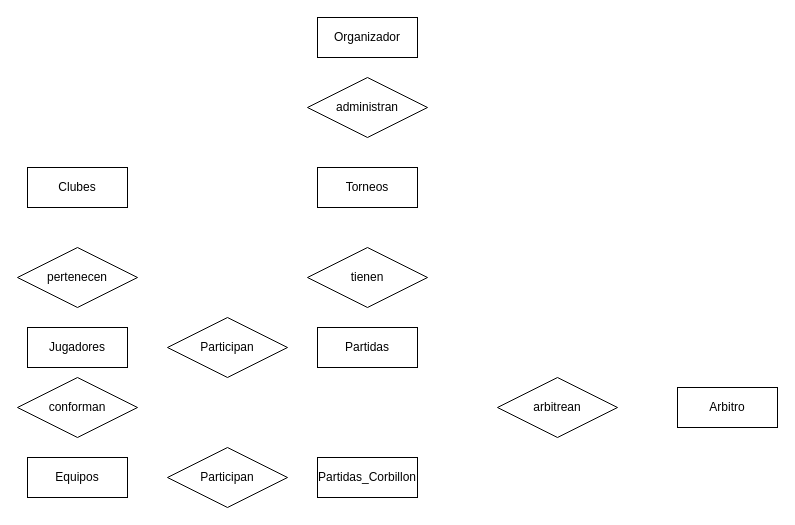
Earlier version of the draw.io diagram Pingpong.drawio (sologia/draw.io). Source tidied: cells renumbered, new cells numbered last; positions are measured from the earlier drawing's top-left corner, leaving out a move shared by most shapes. Both pictures are drawn from the tidied source at 100%, with x=0, y=0 at pixel (17, 17).
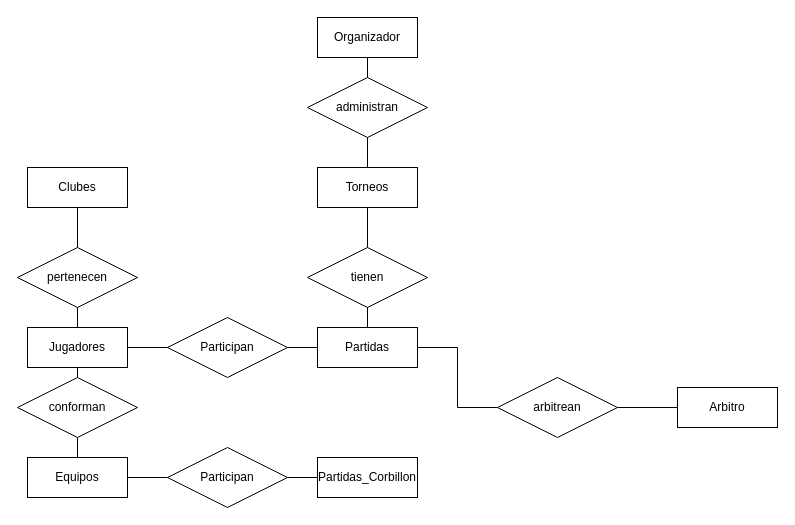
The same diagram, later.

Unchanged cells that the change refers to:
```xml
<mxCell id="2" value="Jugadores" style="whiteSpace=wrap;html=1;align=center;" parent="1" vertex="1">
  <mxGeometry x="10" y="310" width="100" height="40" as="geometry" />
</mxCell>
<mxCell id="3" value="Clubes" style="whiteSpace=wrap;html=1;align=center;" parent="1" vertex="1">
  <mxGeometry x="10" y="150" width="100" height="40" as="geometry" />
</mxCell>
<mxCell id="4" value="Torneos" style="whiteSpace=wrap;html=1;align=center;" parent="1" vertex="1">
  <mxGeometry x="300" y="150" width="100" height="40" as="geometry" />
</mxCell>
<mxCell id="5" value="Equipos" style="whiteSpace=wrap;html=1;align=center;" parent="1" vertex="1">
  <mxGeometry x="10" y="440" width="100" height="40" as="geometry" />
</mxCell>
<mxCell id="6" value="Participan" style="shape=rhombus;perimeter=rhombusPerimeter;whiteSpace=wrap;html=1;align=center;" parent="1" vertex="1">
  <mxGeometry x="150" y="300" width="120" height="60" as="geometry" />
</mxCell>
<mxCell id="7" value="pertenecen" style="shape=rhombus;perimeter=rhombusPerimeter;whiteSpace=wrap;html=1;align=center;" parent="1" vertex="1">
  <mxGeometry y="230" width="120" height="60" as="geometry" />
</mxCell>
<mxCell id="8" value="conforman" style="shape=rhombus;perimeter=rhombusPerimeter;whiteSpace=wrap;html=1;align=center;" parent="1" vertex="1">
  <mxGeometry y="360" width="120" height="60" as="geometry" />
</mxCell>
<mxCell id="9" value="Partidas_Corbillon" style="whiteSpace=wrap;html=1;align=center;" parent="1" vertex="1">
  <mxGeometry x="300" y="440" width="100" height="40" as="geometry" />
</mxCell>
<mxCell id="10" value="tienen" style="shape=rhombus;perimeter=rhombusPerimeter;whiteSpace=wrap;html=1;align=center;" parent="1" vertex="1">
  <mxGeometry x="290" y="230" width="120" height="60" as="geometry" />
</mxCell>
<mxCell id="11" value="Arbitro" style="whiteSpace=wrap;html=1;align=center;" parent="1" vertex="1">
  <mxGeometry x="660" y="370" width="100" height="40" as="geometry" />
</mxCell>
<mxCell id="12" value="arbitrean" style="shape=rhombus;perimeter=rhombusPerimeter;whiteSpace=wrap;html=1;align=center;" parent="1" vertex="1">
  <mxGeometry x="480" y="360" width="120" height="60" as="geometry" />
</mxCell>
<mxCell id="13" value="administran" style="shape=rhombus;perimeter=rhombusPerimeter;whiteSpace=wrap;html=1;align=center;" parent="1" vertex="1">
  <mxGeometry x="290" y="60" width="120" height="60" as="geometry" />
</mxCell>
<mxCell id="14" value="Organizador" style="whiteSpace=wrap;html=1;align=center;" parent="1" vertex="1">
  <mxGeometry x="300" width="100" height="40" as="geometry" />
</mxCell>
<mxCell id="15" value="Partidas" style="whiteSpace=wrap;html=1;align=center;" parent="1" vertex="1">
  <mxGeometry x="300" y="310" width="100" height="40" as="geometry" />
</mxCell>
<mxCell id="16" value="Participan" style="shape=rhombus;perimeter=rhombusPerimeter;whiteSpace=wrap;html=1;align=center;" parent="1" vertex="1">
  <mxGeometry x="150" y="430" width="120" height="60" as="geometry" />
</mxCell>
```

Change to the diagram source:
```diff
@@
+    <mxCell id="17" style="endArrow=none;html=1;rounded=0;exitX=0.5;exitY=1;exitDx=0;exitDy=0;entryX=0.5;entryY=0;entryDx=0;entryDy=0;" parent="1" edge="1" source="7" target="2">
+      <mxGeometry relative="1" as="geometry" />
+    </mxCell>
+    <mxCell id="18" style="endArrow=none;html=1;rounded=0;entryX=0.5;entryY=1;entryDx=0;entryDy=0;exitX=0.5;exitY=0;exitDx=0;exitDy=0;" parent="1" edge="1" source="7" target="3">
+      <mxGeometry relative="1" as="geometry" />
+    </mxCell>
+    <mxCell id="19" style="endArrow=none;html=1;rounded=0;exitX=1;exitY=0.5;exitDx=0;exitDy=0;entryX=0;entryY=0.5;entryDx=0;entryDy=0;" parent="1" edge="1" source="2" target="6">
+      <mxGeometry relative="1" as="geometry" />
+    </mxCell>
+    <mxCell id="20" style="endArrow=none;html=1;rounded=0;exitX=0.5;exitY=1;exitDx=0;exitDy=0;entryX=0.5;entryY=0;entryDx=0;entryDy=0;" parent="1" edge="1" source="2" target="8">
+      <mxGeometry relative="1" as="geometry" />
+    </mxCell>
+    <mxCell id="21" style="endArrow=none;html=1;rounded=0;exitX=0.5;exitY=0;exitDx=0;exitDy=0;entryX=0.5;entryY=1;entryDx=0;entryDy=0;" parent="1" edge="1" source="5" target="8">
+      <mxGeometry relative="1" as="geometry" />
+    </mxCell>
+    <mxCell id="22" style="endArrow=none;html=1;rounded=0;exitX=1;exitY=0.5;exitDx=0;exitDy=0;entryX=0;entryY=0.5;entryDx=0;entryDy=0;" parent="1" edge="1" source="16" target="9">
+      <mxGeometry relative="1" as="geometry" />
+    </mxCell>
+    <mxCell id="23" style="endArrow=none;html=1;rounded=0;exitX=1;exitY=0.5;exitDx=0;exitDy=0;entryX=0;entryY=0.5;entryDx=0;entryDy=0;" parent="1" edge="1" source="5" target="16">
+      <mxGeometry relative="1" as="geometry" />
+    </mxCell>
+    <mxCell id="24" style="endArrow=none;html=1;rounded=0;exitX=1;exitY=0.5;exitDx=0;exitDy=0;entryX=0;entryY=0.5;entryDx=0;entryDy=0;" parent="1" edge="1" source="6" target="15">
+      <mxGeometry relative="1" as="geometry" />
+    </mxCell>
+    <mxCell id="25" style="endArrow=none;html=1;rounded=0;entryX=0;entryY=0.5;entryDx=0;entryDy=0;exitX=1;exitY=0.5;exitDx=0;exitDy=0;edgeStyle=orthogonalEdgeStyle;" parent="1" edge="1" source="15" target="12">
+      <mxGeometry relative="1" as="geometry" />
+    </mxCell>
+    <mxCell id="26" style="endArrow=none;html=1;rounded=0;entryX=0;entryY=0.5;entryDx=0;entryDy=0;exitX=1;exitY=0.5;exitDx=0;exitDy=0;" parent="1" edge="1" source="12" target="11">
+      <mxGeometry relative="1" as="geometry" />
+    </mxCell>
+    <mxCell id="27" style="endArrow=none;html=1;rounded=0;exitX=0.5;exitY=1;exitDx=0;exitDy=0;entryX=0.5;entryY=0;entryDx=0;entryDy=0;" parent="1" edge="1" source="10" target="15">
+      <mxGeometry relative="1" as="geometry" />
+    </mxCell>
+    <mxCell id="28" style="endArrow=none;html=1;rounded=0;exitX=0.5;exitY=0;exitDx=0;exitDy=0;entryX=0.5;entryY=1;entryDx=0;entryDy=0;" parent="1" edge="1" source="10" target="4">
+      <mxGeometry relative="1" as="geometry" />
+    </mxCell>
+    <mxCell id="29" style="endArrow=none;html=1;rounded=0;exitX=0.5;exitY=0;exitDx=0;exitDy=0;entryX=0.5;entryY=1;entryDx=0;entryDy=0;" parent="1" edge="1" source="4" target="13">
+      <mxGeometry relative="1" as="geometry" />
+    </mxCell>
+    <mxCell id="30" style="endArrow=none;html=1;rounded=0;exitX=0.5;exitY=0;exitDx=0;exitDy=0;entryX=0.5;entryY=1;entryDx=0;entryDy=0;" parent="1" edge="1" source="13" target="14">
+      <mxGeometry relative="1" as="geometry" />
+    </mxCell>
```
